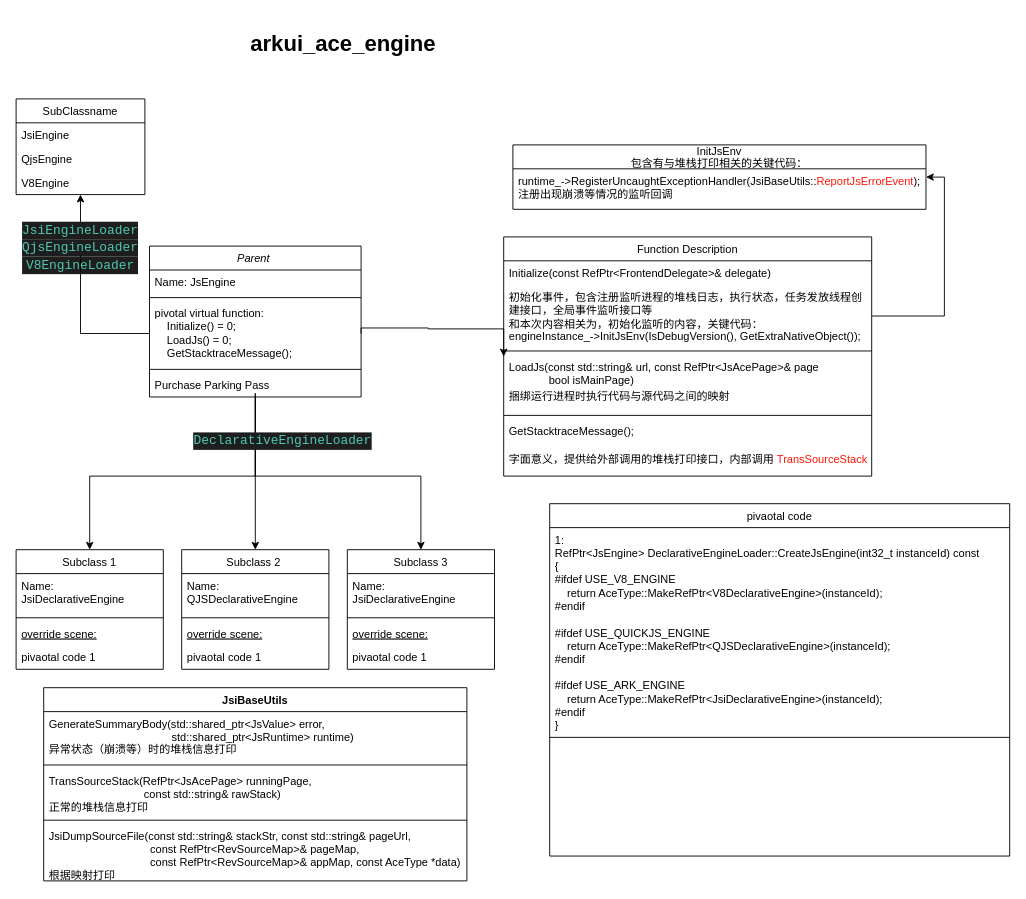
This is page "Page-1" (1 of 2) of js_ui_stackPrint.drawio from 3shisan3/OpenHarmony, a draw.io file, before an edit. Source tidied: cells renumbered, new cells numbered last; positions are measured from the earlier drawing's top-left corner, leaving out a move shared by most shapes. Both pictures are drawn from the tidied source at 92%, with x=0, y=0 at pixel (16, 25).
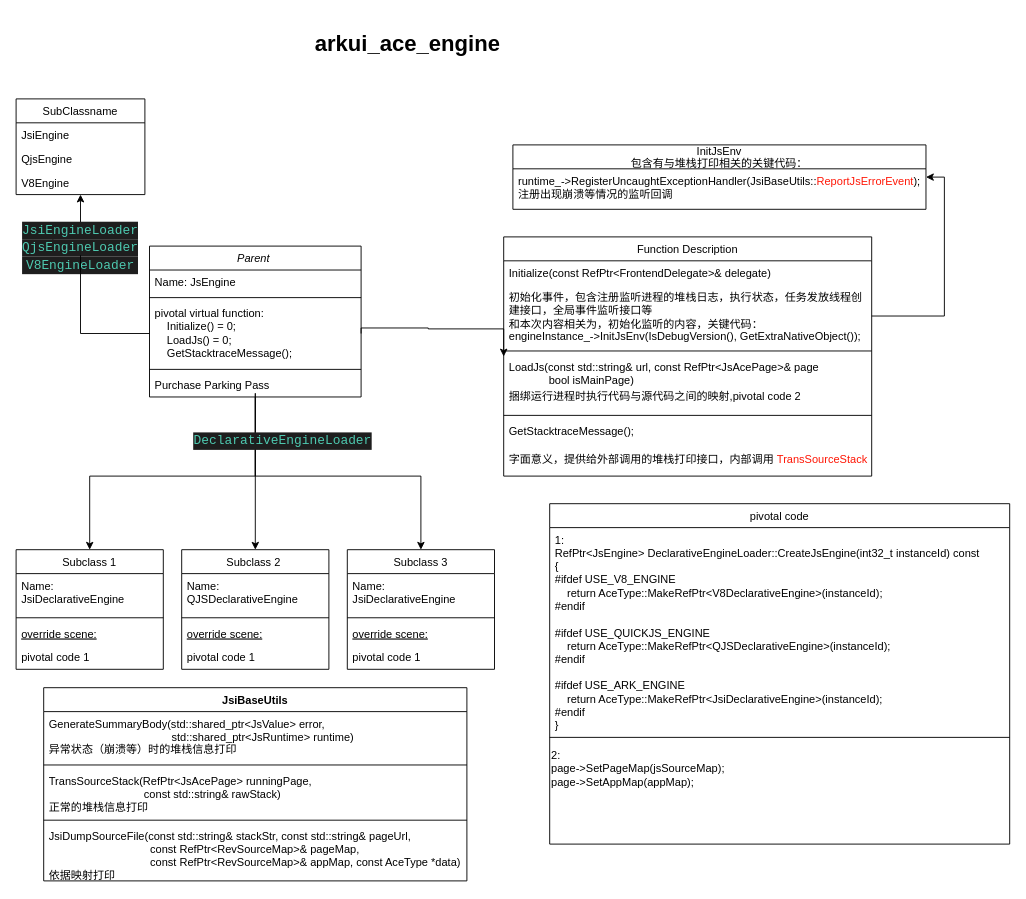
The same diagram, later.

The change refers to these unchanged cells:
```xml
<mxCell id="14" value="Function Description" style="swimlane;fontStyle=0;align=center;verticalAlign=top;horizontal=1;startSize=26;rounded=0;shadow=0;strokeWidth=1;" parent="1" vertex="1">
  <mxGeometry x="530" y="230" width="400" height="260" as="geometry" />
</mxCell>
<mxCell id="23" value="Subclass 1" style="swimlane;fontStyle=0;align=center;verticalAlign=top;horizontal=1;startSize=26;rounded=0;shadow=0;strokeWidth=1;" parent="1" vertex="1">
  <mxGeometry y="570" width="160" height="130" as="geometry" />
</mxCell>
<mxCell id="28" value="Subclass 2 " style="swimlane;fontStyle=0;align=center;verticalAlign=top;horizontal=1;startSize=26;rounded=0;shadow=0;strokeWidth=1;" parent="1" vertex="1">
  <mxGeometry x="180" y="570" width="160" height="130" as="geometry" />
</mxCell>
<mxCell id="33" value="Subclass 3" style="swimlane;fontStyle=0;align=center;verticalAlign=top;horizontal=1;startSize=26;rounded=0;shadow=0;strokeWidth=1;" parent="1" vertex="1">
  <mxGeometry x="360" y="570" width="160" height="130" as="geometry" />
</mxCell>
<mxCell id="51" value="JsiBaseUtils" style="swimlane;fontStyle=1;align=center;verticalAlign=top;horizontal=1;startSize=26;fontFamily=Helvetica;fontSize=12;fontColor=#000000;" parent="1" vertex="1">
  <mxGeometry x="30" y="720" width="460" height="210" as="geometry" />
</mxCell>
```

What changed in the source:
```diff
@@
-    <mxCell id="11" value="pivaotal code" style="swimlane;fontStyle=0;align=center;verticalAlign=top;horizontal=1;startSize=26;rounded=0;shadow=0;strokeWidth=1;" parent="1" vertex="1">
-      <mxGeometry x="580" y="520" width="500" height="383" as="geometry" />
+    <mxCell id="11" value="pivotal code" style="swimlane;fontStyle=0;align=center;verticalAlign=top;horizontal=1;startSize=26;rounded=0;shadow=0;strokeWidth=1;" parent="1" vertex="1">
+      <mxGeometry x="580" y="520" width="500" height="370" as="geometry" />
     </mxCell>
@@
+    <mxCell id="57" value="&lt;div style=&quot;&quot;&gt;&lt;div&gt;2:&lt;/div&gt;&lt;div&gt;page-&amp;gt;SetPageMap(jsSourceMap);&lt;/div&gt;&lt;div&gt;page-&amp;gt;SetAppMap(appMap);&lt;/div&gt;&lt;/div&gt;" style="text;html=1;align=left;verticalAlign=middle;strokeColor=none;fillColor=none;" parent="11" vertex="1">
+      <mxGeometry y="258" width="500" height="60" as="geometry" />
+    </mxCell>
@@
-    <mxCell id="19" value="捆绑运行进程时执行代码与源代码之间的映射" style="text;align=left;verticalAlign=top;spacingLeft=4;spacingRight=4;overflow=hidden;" parent="14" vertex="1">
+    <mxCell id="19" value="捆绑运行进程时执行代码与源代码之间的映射,pivotal code 2" style="text;align=left;verticalAlign=top;spacingLeft=4;spacingRight=4;overflow=hidden;" parent="14" vertex="1">
       <mxGeometry y="160" width="400" height="30" as="geometry" />
     </mxCell>
@@
-    <mxCell id="27" value="pivaotal code 1" style="text;align=left;verticalAlign=top;spacingLeft=4;spacingRight=4;overflow=hidden;" parent="23" vertex="1">
+    <mxCell id="27" value="pivotal code 1" style="text;align=left;verticalAlign=top;spacingLeft=4;spacingRight=4;overflow=hidden;" parent="23" vertex="1">
       <mxGeometry y="104" width="160" height="26" as="geometry" />
     </mxCell>
@@
-    <mxCell id="32" value="pivaotal code 1" style="text;align=left;verticalAlign=top;spacingLeft=4;spacingRight=4;overflow=hidden;" parent="28" vertex="1">
+    <mxCell id="32" value="pivotal code 1" style="text;align=left;verticalAlign=top;spacingLeft=4;spacingRight=4;overflow=hidden;" parent="28" vertex="1">
       <mxGeometry y="104" width="160" height="26" as="geometry" />
     </mxCell>
@@
-    <mxCell id="37" value="pivaotal code 1" style="text;align=left;verticalAlign=top;spacingLeft=4;spacingRight=4;overflow=hidden;" parent="33" vertex="1">
+    <mxCell id="37" value="pivotal code 1" style="text;align=left;verticalAlign=top;spacingLeft=4;spacingRight=4;overflow=hidden;" parent="33" vertex="1">
       <mxGeometry y="104" width="160" height="26" as="geometry" />
     </mxCell>
@@
     <mxCell id="50" value="&lt;h1&gt;arkui_ace_engine&lt;br&gt;&lt;/h1&gt;" style="text;html=1;strokeColor=none;fillColor=none;spacing=5;spacingTop=-20;whiteSpace=wrap;overflow=hidden;rounded=0;fontFamily=Helvetica;fontSize=12;fontColor=#000000;" parent="1" vertex="1">
-      <mxGeometry x="250" width="220" height="40" as="geometry" />
+      <mxGeometry x="320" width="220" height="40" as="geometry" />
     </mxCell>
@@
-    <mxCell id="56" value="JsiDumpSourceFile(const std::string&amp; stackStr, const std::string&amp; pageUrl, &#10;                                 const RefPtr&lt;RevSourceMap&gt;&amp; pageMap,&#10;                                 const RefPtr&lt;RevSourceMap&gt;&amp; appMap, const AceType *data)&#10;根据映射打印" style="text;strokeColor=none;fillColor=none;align=left;verticalAlign=top;spacingLeft=4;spacingRight=4;overflow=hidden;fontFamily=Helvetica;fontSize=12;fontColor=#000000;" parent="51" vertex="1">
+    <mxCell id="56" value="JsiDumpSourceFile(const std::string&amp; stackStr, const std::string&amp; pageUrl, &#10;                                 const RefPtr&lt;RevSourceMap&gt;&amp; pageMap,&#10;                                 const RefPtr&lt;RevSourceMap&gt;&amp; appMap, const AceType *data)&#10;依据映射打印" style="text;strokeColor=none;fillColor=none;align=left;verticalAlign=top;spacingLeft=4;spacingRight=4;overflow=hidden;fontFamily=Helvetica;fontSize=12;fontColor=#000000;" parent="51" vertex="1">
       <mxGeometry y="148" width="460" height="62" as="geometry" />
     </mxCell>
```
